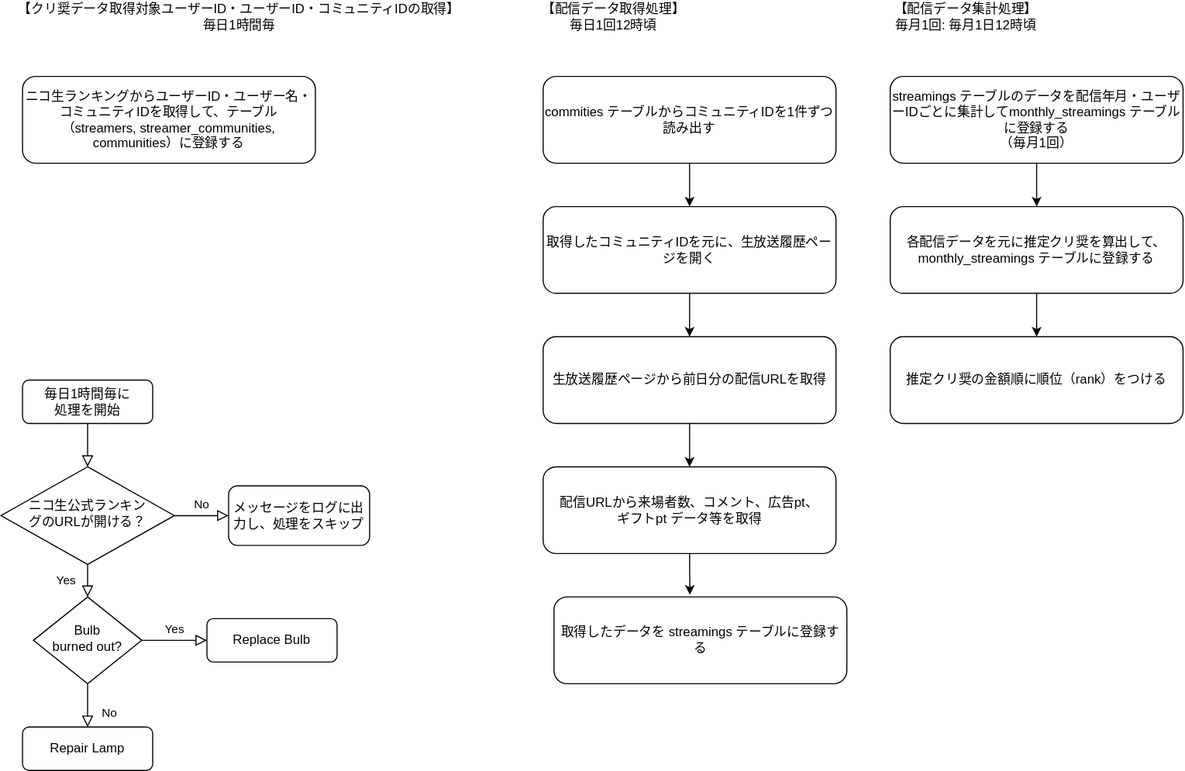
The draw.io diagram 処理フローチャート.drawio.svg in MASA20201203/NicodbLaravel, before a commit. Source tidied: cells renumbered, new cells last; positions are measured from the earlier drawing's top-left corner, leaving out a move shared by most shapes.
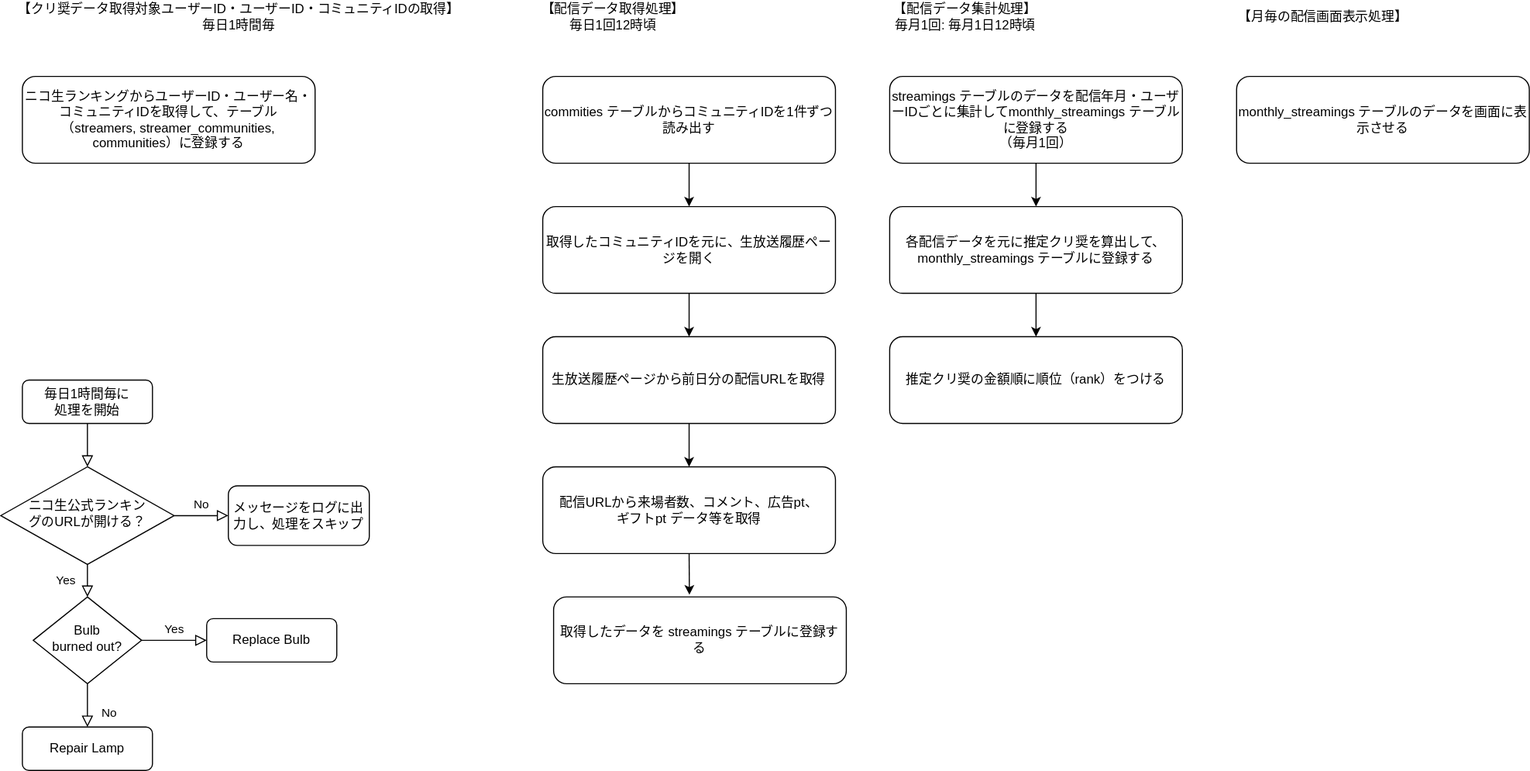
The same diagram one commit later.

Commit message:
月毎の配信画面表示処理を追加

Change to the diagram source:
```diff
@@ -89,5 +89,11 @@
     <mxCell id="30" value="各配信データを元に推定クリ奨を算出して、monthly_streamings テーブルに登録する" style="rounded=1;whiteSpace=wrap;html=1;fontSize=12;glass=0;strokeWidth=1;shadow=0;" parent="1" vertex="1">
       <mxGeometry x="820" y="190" width="270" height="80" as="geometry" />
     </mxCell>
+    <mxCell id="31" value="【月毎の配信画面表示処理】" style="text;html=1;strokeColor=none;fillColor=none;align=center;verticalAlign=middle;whiteSpace=wrap;rounded=0;" parent="1" vertex="1">
+      <mxGeometry x="1140" width="160" height="30" as="geometry" />
+    </mxCell>
+    <mxCell id="32" value="monthly_streamings テーブルのデータを画面に表示させる" style="rounded=1;whiteSpace=wrap;html=1;fontSize=12;glass=0;strokeWidth=1;shadow=0;" parent="1" vertex="1">
+      <mxGeometry x="1140" y="70" width="270" height="80" as="geometry" />
+    </mxCell>
   </root>
 </mxGraphModel>
```
